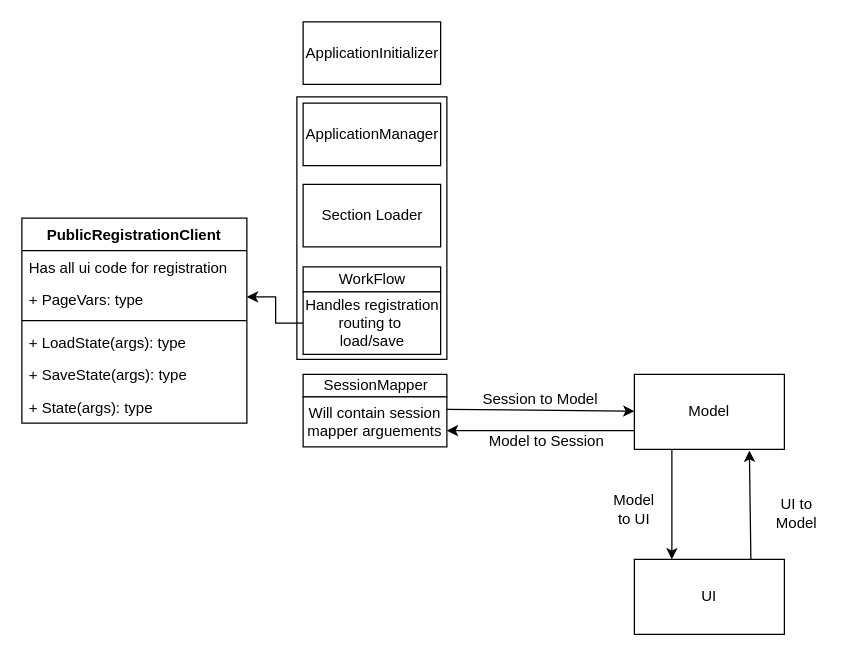
Before: PublicRegistrationClassDiagram.drawio in shelbyharris/Registration, a draw.io diagram. Source tidied: cells renumbered, new cells numbered last; positions are measured from the earlier drawing's top-left corner, leaving out a move shared by most shapes. Both pictures are drawn from the tidied source at 125%, with x=0, y=0 at pixel (21, 21).
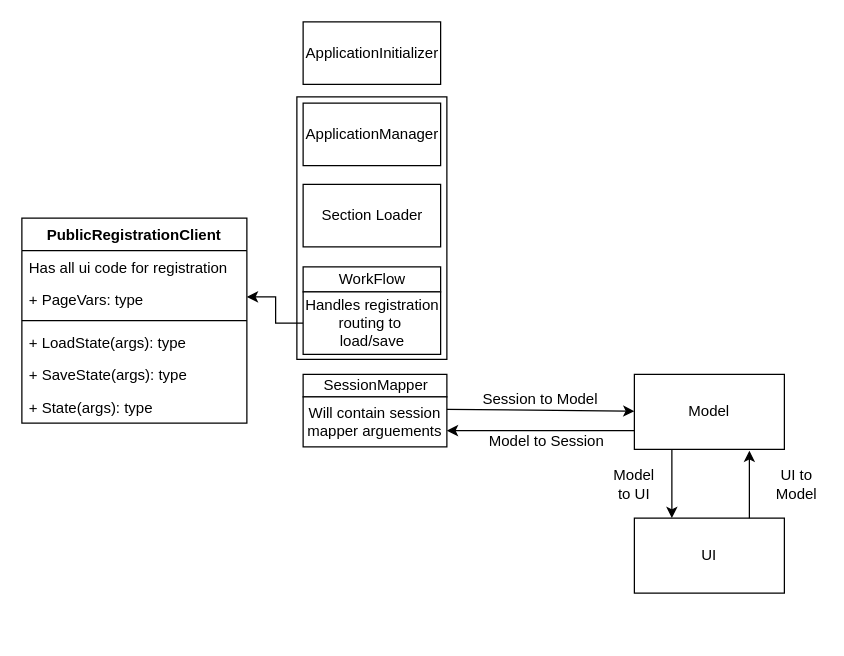
The same diagram, later.

The edit, as a diff of the source:
```diff
@@
     <mxCell id="19" value="UI" style="rounded=0;whiteSpace=wrap;html=1;" parent="1" vertex="1">
-      <mxGeometry x="490" y="430" width="120" height="60" as="geometry" />
+      <mxGeometry x="490" y="397" width="120" height="60" as="geometry" />
     </mxCell>
@@
-    <mxCell id="25" style="endArrow=classic;html=1;exitX=0.86;exitY=-0.003;exitDx=0;exitDy=0;exitPerimeter=0;entryX=0.85;entryY=1.017;entryDx=0;entryDy=0;entryPerimeter=0;" parent="1" edge="1">
+    <mxCell id="25" style="endArrow=classic;html=1;entryX=0.85;entryY=1.017;entryDx=0;entryDy=0;entryPerimeter=0;" parent="1" edge="1">
       <mxGeometry relative="1" as="geometry">
-        <mxPoint x="583.2" y="429.8" as="sourcePoint" />
+        <mxPoint x="582" y="397" as="sourcePoint" />
         <mxPoint x="582" y="343" as="targetPoint" />
       </mxGeometry>
     </mxCell>
     <mxCell id="26" value="Model to UI" style="text;html=1;strokeColor=none;fillColor=none;align=center;verticalAlign=middle;whiteSpace=wrap;rounded=0;" parent="1" vertex="1">
-      <mxGeometry x="470" y="370" width="40" height="40" as="geometry" />
+      <mxGeometry x="470" y="350" width="40" height="40" as="geometry" />
     </mxCell>
     <mxCell id="27" value="UI to Model" style="text;html=1;strokeColor=none;fillColor=none;align=center;verticalAlign=middle;whiteSpace=wrap;rounded=0;" parent="1" vertex="1">
-      <mxGeometry x="600" y="376" width="40" height="34" as="geometry" />
+      <mxGeometry x="600" y="349" width="40" height="41" as="geometry" />
     </mxCell>
```
